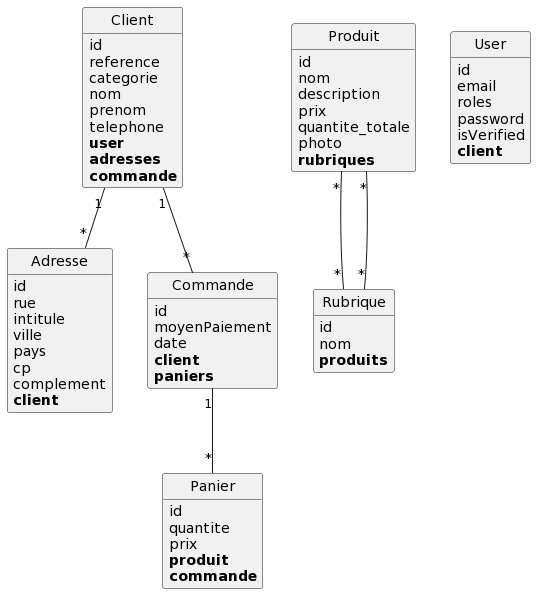
The PlantUML diagram puml/index.png in Maha1201/FR_Symfony, before a commit.
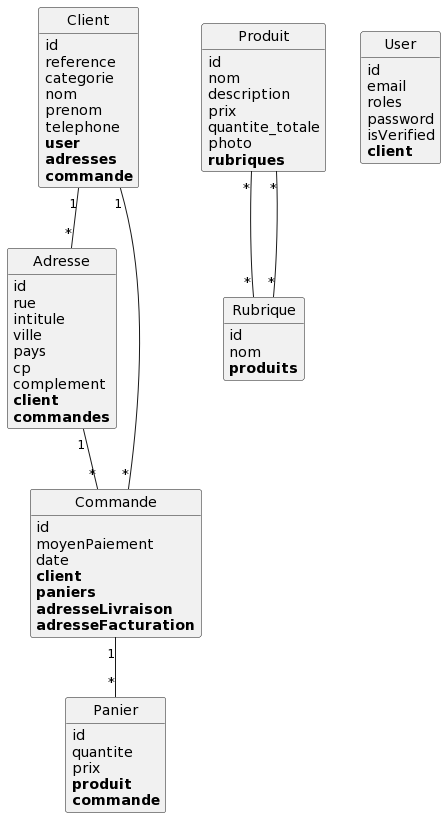
The same diagram one commit later.

Commit message:
Etape une de la commande

Diff of the diagram source:
```diff
@@ -8,6 +8,7 @@
 	cp
 	complement
 	**client**
+	**commandes**
 }
 
 class Client {
@@ -28,6 +29,8 @@
 	date
 	**client**
 	**paniers**
+	**adresseLivraison**
+	**adresseFacturation**
 }
 
 class Panier {
@@ -63,6 +66,7 @@
 	**client**
 }
 
+Adresse "1"--"*" Commande
 Client "1"--"*" Adresse
 Client "1"--"*" Commande
 Commande "1"--"*" Panier
```
